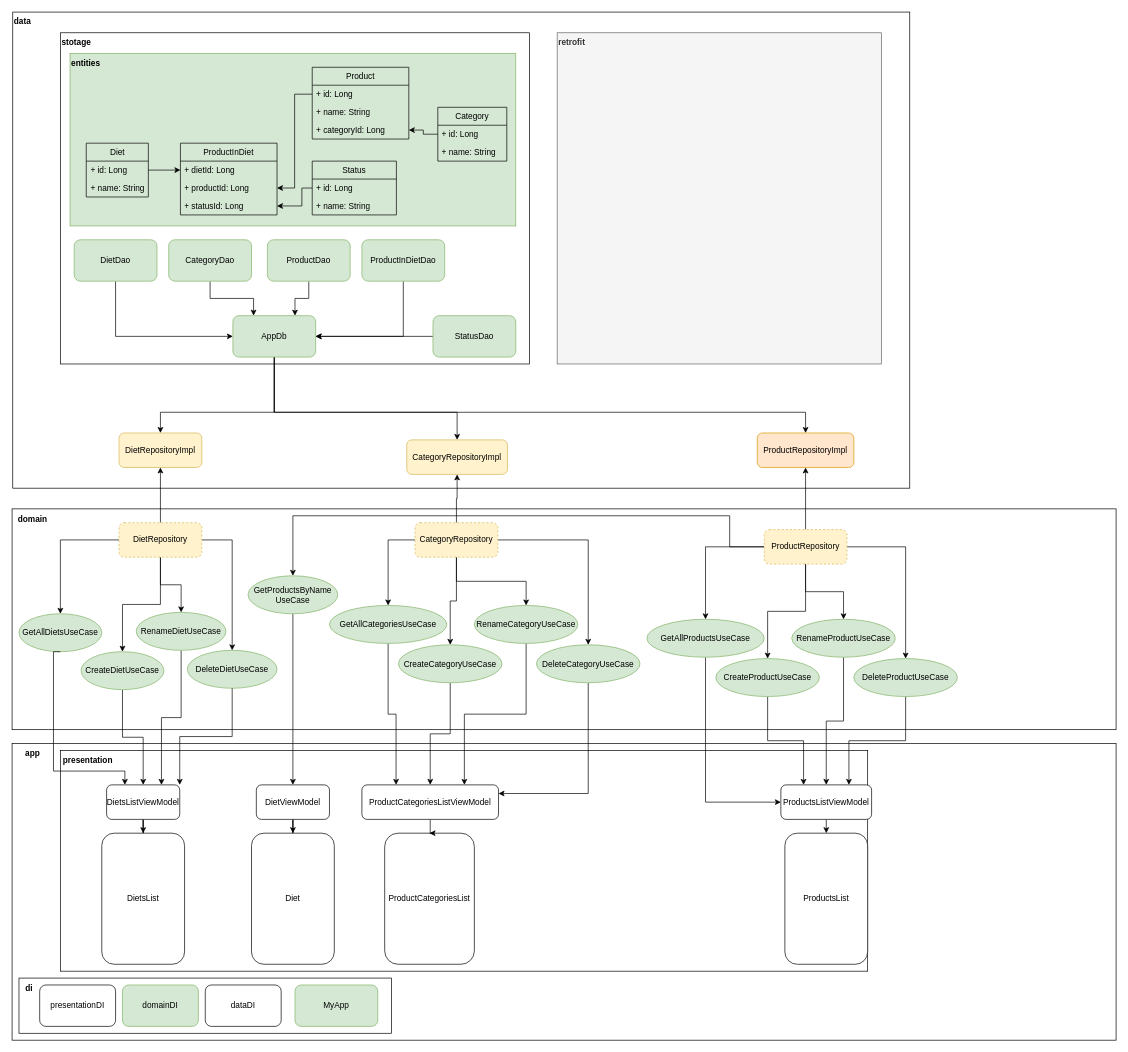
Earlier version of the draw.io diagram architecture.drawio (Prestorn/MyDiet). Source tidied: cells renumbered, new cells numbered last; positions are measured from the earlier drawing's top-left corner, leaving out a move shared by most shapes. Both pictures are drawn from the tidied source at 69%, with x=0, y=0 at pixel (12, 12).
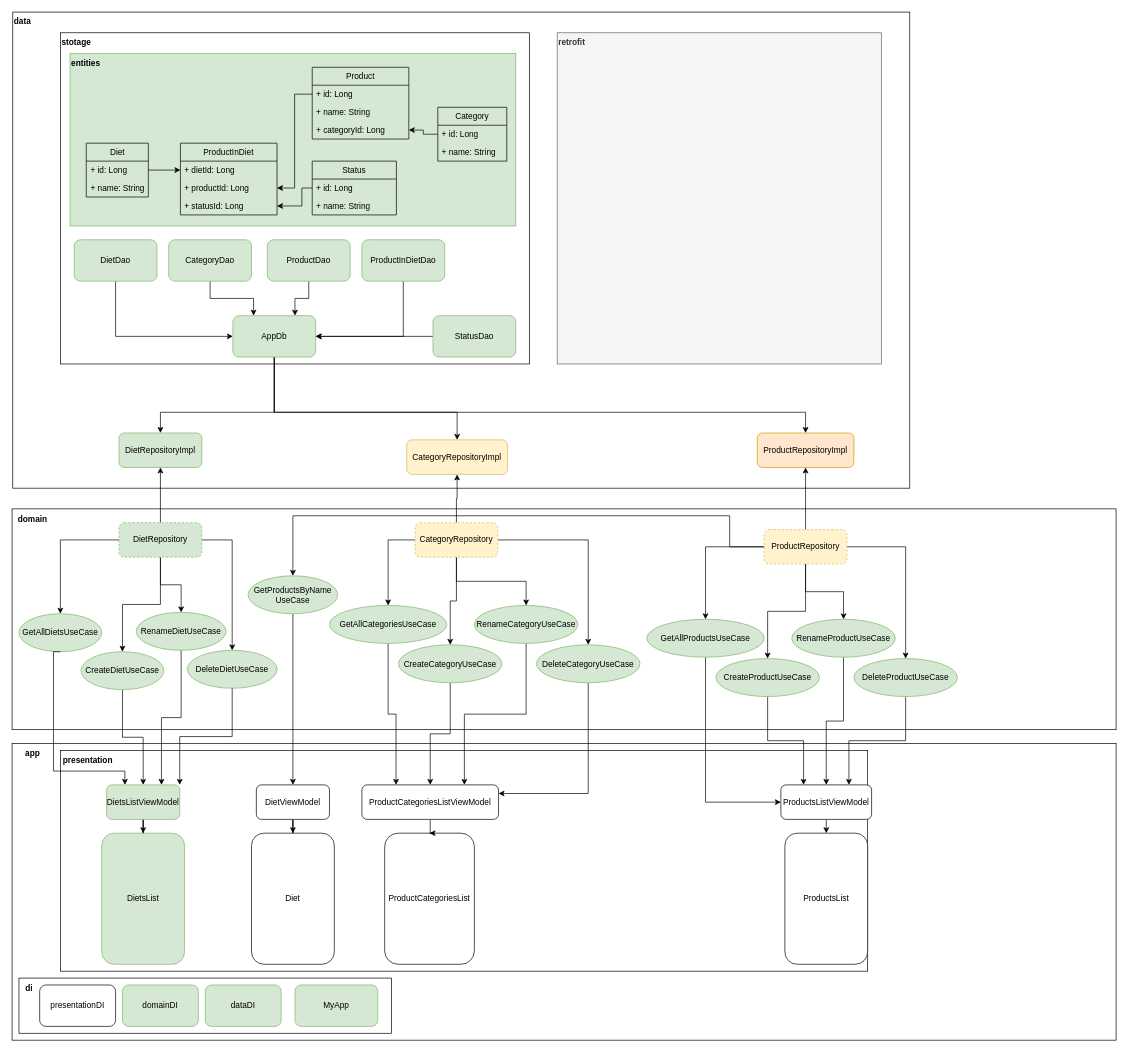
After the change.

Commit message (it also covers changes not shown here):
Изменения в схеме архитектуры в Draw IO

The edit, as a diff of the source:
```diff
@@
-    <mxCell id="13" value="dataDI" style="rounded=1;whiteSpace=wrap;html=1;" parent="1" vertex="1">
+    <mxCell id="13" value="dataDI" style="rounded=1;whiteSpace=wrap;html=1;fillColor=#d5e8d4;strokeColor=#82b366;" parent="1" vertex="1">
       <mxGeometry x="280" y="1410" width="110" height="60" as="geometry" />
     </mxCell>
-    <mxCell id="14" value="DietsList" style="rounded=1;whiteSpace=wrap;html=1;" parent="1" vertex="1">
+    <mxCell id="14" value="DietsList" style="rounded=1;whiteSpace=wrap;html=1;fillColor=#d5e8d4;strokeColor=#82b366;" parent="1" vertex="1">
       <mxGeometry x="130" y="1190" width="120" height="190" as="geometry" />
     </mxCell>
@@
-    <mxCell id="23" value="DietsListViewModel" style="rounded=1;whiteSpace=wrap;html=1;" parent="1" vertex="1">
+    <mxCell id="23" value="DietsListViewModel" style="rounded=1;whiteSpace=wrap;html=1;fillColor=#d5e8d4;strokeColor=#82b366;" parent="1" vertex="1">
       <mxGeometry x="137" y="1120" width="106" height="50" as="geometry" />
     </mxCell>
@@
-    <mxCell id="53" value="DietRepository" style="rounded=1;whiteSpace=wrap;html=1;dashed=1;fillColor=#fff2cc;strokeColor=#d6b656;" parent="1" vertex="1">
+    <mxCell id="53" value="DietRepository" style="rounded=1;whiteSpace=wrap;html=1;dashed=1;fillColor=#d5e8d4;strokeColor=#82b366;" parent="1" vertex="1">
       <mxGeometry x="155" y="740" width="120" height="50" as="geometry" />
     </mxCell>
@@
-    <mxCell id="67" value="DietRepositoryImpl" style="rounded=1;whiteSpace=wrap;html=1;fillColor=#fff2cc;strokeColor=#d6b656;" parent="1" vertex="1">
+    <mxCell id="67" value="DietRepositoryImpl" style="rounded=1;whiteSpace=wrap;html=1;fillColor=#d5e8d4;strokeColor=#82b366;" parent="1" vertex="1">
       <mxGeometry x="155" y="610" width="120" height="50" as="geometry" />
     </mxCell>
```
